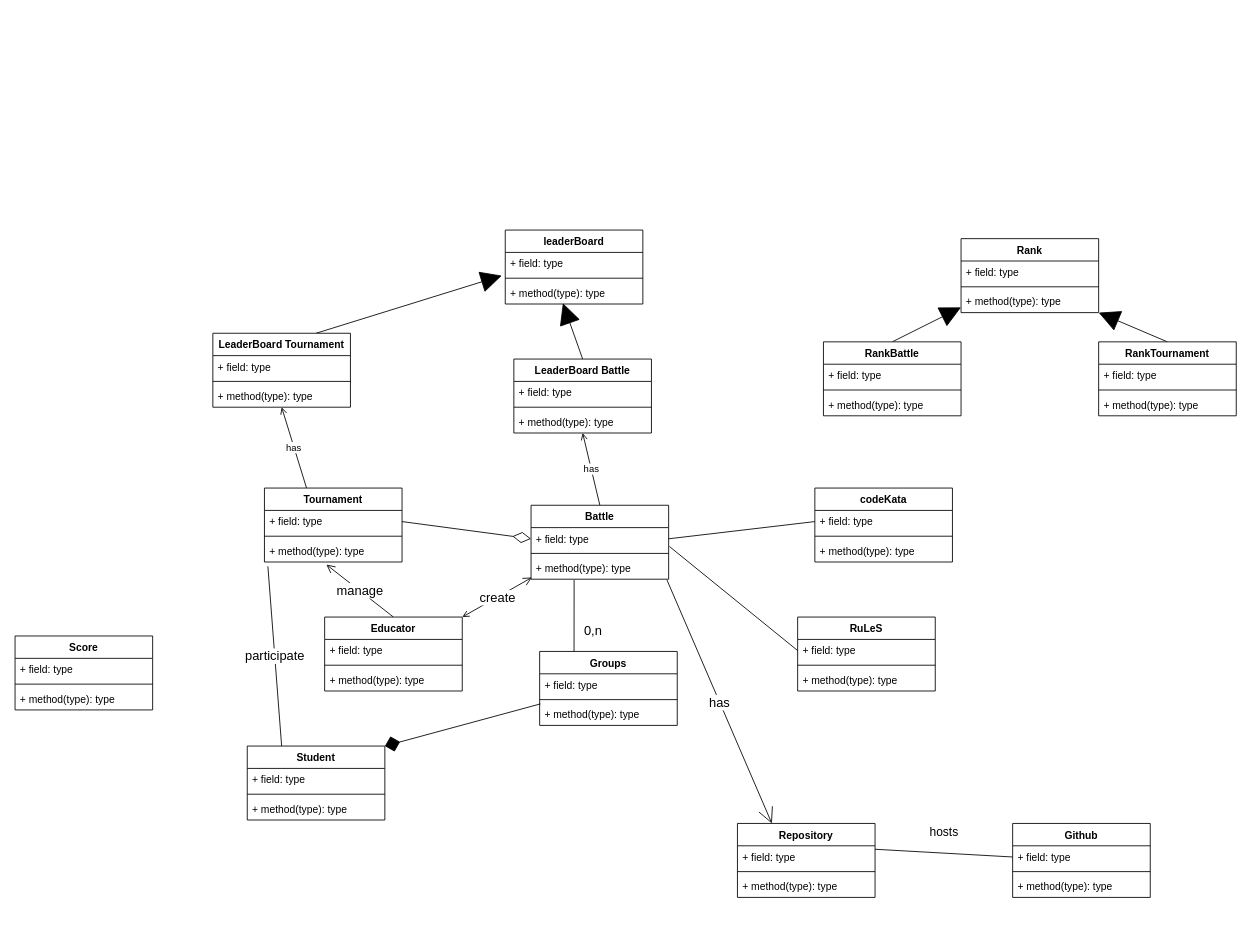
FedericoValentino/SE2-ValentinoZarbo keeps this draw.io diagram as classDiagram/classDiagram.drawio. Above is the earlier version. Source tidied: cells renumbered, new cells numbered last; positions are measured from the earlier drawing's top-left corner, leaving out a move shared by most shapes. Both pictures are drawn from the tidied source at 86%, with x=0, y=0 at pixel (15, 230).
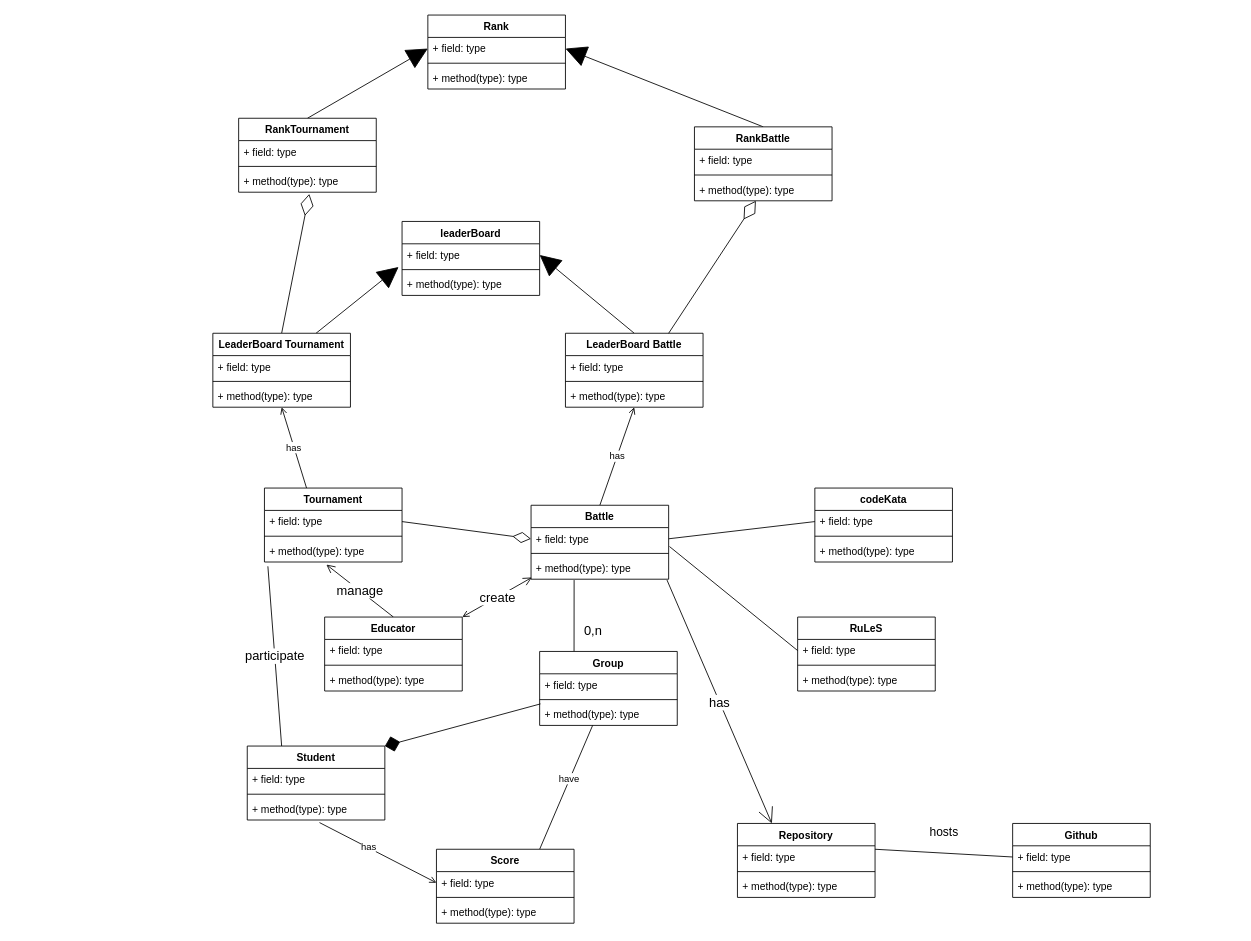
After the change.

Commit message:
Graph end pt1

Unchanged cells that the change refers to:
```xml
<mxCell id="12" value="+ method(type): type" style="text;strokeColor=none;fillColor=none;align=left;verticalAlign=top;spacingLeft=4;spacingRight=4;overflow=hidden;points=[[0,0.5],[1,0.5]];portConstraint=eastwest;" parent="9" vertex="1">
  <mxGeometry y="60" width="160" height="26" as="geometry" />
</mxCell>
<mxCell id="14" value="+ field: type" style="text;strokeColor=none;fillColor=none;align=left;verticalAlign=top;spacingLeft=4;spacingRight=4;overflow=hidden;points=[[0,0.5],[1,0.5]];portConstraint=eastwest;" parent="13" vertex="1">
  <mxGeometry y="26" width="160" height="26" as="geometry" />
</mxCell>
<mxCell id="16" value="+ method(type): type" style="text;strokeColor=none;fillColor=none;align=left;verticalAlign=top;spacingLeft=4;spacingRight=4;overflow=hidden;points=[[0,0.5],[1,0.5]];portConstraint=eastwest;" parent="13" vertex="1">
  <mxGeometry y="60" width="160" height="26" as="geometry" />
</mxCell>
<mxCell id="21" value="+ method(type): type" style="text;strokeColor=none;fillColor=none;align=left;verticalAlign=top;spacingLeft=4;spacingRight=4;overflow=hidden;points=[[0,0.5],[1,0.5]];portConstraint=eastwest;" parent="18" vertex="1">
  <mxGeometry y="60" width="160" height="26" as="geometry" />
</mxCell>
<mxCell id="26" value="+ method(type): type" style="text;strokeColor=none;fillColor=none;align=left;verticalAlign=top;spacingLeft=4;spacingRight=4;overflow=hidden;points=[[0,0.5],[1,0.5]];portConstraint=eastwest;" parent="23" vertex="1">
  <mxGeometry y="60" width="160" height="26" as="geometry" />
</mxCell>
<mxCell id="56" value="+ field: type" style="text;strokeColor=none;fillColor=none;align=left;verticalAlign=top;spacingLeft=4;spacingRight=4;overflow=hidden;points=[[0,0.5],[1,0.5]];portConstraint=eastwest;" parent="55" vertex="1">
  <mxGeometry y="26" width="160" height="26" as="geometry" />
</mxCell>
<mxCell id="58" value="+ method(type): type" style="text;strokeColor=none;fillColor=none;align=left;verticalAlign=top;spacingLeft=4;spacingRight=4;overflow=hidden;points=[[0,0.5],[1,0.5]];portConstraint=eastwest;" parent="55" vertex="1">
  <mxGeometry y="60" width="160" height="26" as="geometry" />
</mxCell>
<mxCell id="61" value="LeaderBoard Tournament" style="swimlane;fontStyle=1;align=center;verticalAlign=top;horizontal=1;startSize=26;" parent="1" vertex="1">
  <mxGeometry x="230" y="120" width="160" height="86" as="geometry" />
</mxCell>
<mxCell id="76" value="+ field: type" style="text;strokeColor=none;fillColor=none;align=left;verticalAlign=top;spacingLeft=4;spacingRight=4;overflow=hidden;points=[[0,0.5],[1,0.5]];portConstraint=eastwest;" parent="75" vertex="1">
  <mxGeometry y="26" width="160" height="26" as="geometry" />
</mxCell>
```

The edit, as a diff of the source:
```diff
@@
     <mxCell id="13" value="leaderBoard" style="swimlane;fontStyle=1;align=center;verticalAlign=top;horizontal=1;startSize=26;" parent="1" vertex="1">
-      <mxGeometry x="570" width="160" height="86" as="geometry" />
+      <mxGeometry x="450" y="-10" width="160" height="86" as="geometry" />
     </mxCell>
@@
-    <mxCell id="17" style="edgeStyle=none;html=1;exitX=0.5;exitY=0;exitDx=0;exitDy=0;entryX=0;entryY=0.769;entryDx=0;entryDy=0;entryPerimeter=0;strokeWidth=1;startArrow=none;startFill=0;endArrow=block;endFill=1;endSize=22;targetPerimeterSpacing=12;" parent="1" edge="1" source="18" target="58">
+    <mxCell id="17" style="edgeStyle=none;html=1;exitX=0.5;exitY=0;exitDx=0;exitDy=0;entryX=1;entryY=0.5;entryDx=0;entryDy=0;strokeWidth=1;startArrow=none;startFill=0;endArrow=block;endFill=1;endSize=22;targetPerimeterSpacing=12;" parent="1" edge="1" source="18" target="56">
       <mxGeometry relative="1" as="geometry" />
     </mxCell>
     <mxCell id="18" value="RankBattle" style="swimlane;fontStyle=1;align=center;verticalAlign=top;horizontal=1;startSize=26;" parent="1" vertex="1">
-      <mxGeometry x="940" y="130" width="160" height="86" as="geometry" />
+      <mxGeometry x="790" y="-120" width="160" height="86" as="geometry" />
     </mxCell>
@@
-    <mxCell id="22" style="edgeStyle=none;html=1;exitX=0.5;exitY=0;exitDx=0;exitDy=0;entryX=1;entryY=1;entryDx=0;entryDy=0;strokeWidth=1;startArrow=none;startFill=0;endArrow=block;endFill=1;endSize=22;targetPerimeterSpacing=12;" parent="1" edge="1" source="23" target="55">
+    <mxCell id="22" style="edgeStyle=none;html=1;exitX=0.5;exitY=0;exitDx=0;exitDy=0;entryX=0;entryY=0.5;entryDx=0;entryDy=0;strokeWidth=1;startArrow=none;startFill=0;endArrow=block;endFill=1;endSize=22;targetPerimeterSpacing=12;" parent="1" edge="1" source="23" target="56">
       <mxGeometry relative="1" as="geometry" />
     </mxCell>
     <mxCell id="23" value="RankTournament" style="swimlane;fontStyle=1;align=center;verticalAlign=top;horizontal=1;startSize=26;" parent="1" vertex="1">
-      <mxGeometry x="1260" y="130" width="160" height="86" as="geometry" />
+      <mxGeometry x="260" y="-130" width="160" height="86" as="geometry" />
     </mxCell>
@@
+    <mxCell id="82" style="edgeStyle=none;html=1;entryX=0.75;entryY=0;entryDx=0;entryDy=0;endArrow=none;endFill=0;endSize=23;" parent="1" edge="1" source="36" target="75">
+      <mxGeometry relative="1" as="geometry" />
+    </mxCell>
+    <mxCell id="83" value="have" style="edgeLabel;html=1;align=center;verticalAlign=middle;" parent="82" vertex="1">
+      <mxGeometry x="-0.13" y="-2" relative="1" as="geometry" />
+    </mxCell>
-    <mxCell id="36" value="Groups" style="swimlane;fontStyle=1;align=center;verticalAlign=top;horizontal=1;startSize=26;" parent="1" vertex="1">
+    <mxCell id="36" value="Group" style="swimlane;fontStyle=1;align=center;verticalAlign=top;horizontal=1;startSize=26;" parent="1" vertex="1">
       <mxGeometry x="610" y="490" width="160" height="86" as="geometry" />
     </mxCell>
@@
-    <mxCell id="40" style="edgeStyle=none;html=1;exitX=0.5;exitY=0;exitDx=0;exitDy=0;entryX=0.419;entryY=0.962;entryDx=0;entryDy=0;entryPerimeter=0;strokeWidth=1;startArrow=none;startFill=0;endArrow=block;endFill=1;endSize=22;targetPerimeterSpacing=12;" parent="1" edge="1" source="41" target="16">
+    <mxCell id="40" style="edgeStyle=none;html=1;exitX=0.5;exitY=0;exitDx=0;exitDy=0;entryX=1;entryY=0.5;entryDx=0;entryDy=0;strokeWidth=1;startArrow=none;startFill=0;endArrow=block;endFill=1;endSize=22;targetPerimeterSpacing=12;" parent="1" edge="1" source="41" target="14">
       <mxGeometry relative="1" as="geometry" />
     </mxCell>
     <mxCell id="41" value="LeaderBoard Battle" style="swimlane;fontStyle=1;align=center;verticalAlign=top;horizontal=1;startSize=26;" parent="1" vertex="1">
-      <mxGeometry x="580" y="150" width="160" height="86" as="geometry" />
+      <mxGeometry x="640" y="120" width="160" height="86" as="geometry" />
     </mxCell>
@@
     <mxCell id="55" value="Rank" style="swimlane;fontStyle=1;align=center;verticalAlign=top;horizontal=1;startSize=26;" parent="1" vertex="1">
-      <mxGeometry x="1100" y="10" width="160" height="86" as="geometry" />
+      <mxGeometry x="480" y="-250" width="160" height="86" as="geometry" />
     </mxCell>
@@
+    <mxCell id="84" style="edgeStyle=none;html=1;exitX=0.5;exitY=0;exitDx=0;exitDy=0;entryX=0.513;entryY=1.077;entryDx=0;entryDy=0;entryPerimeter=0;endArrow=diamondThin;endFill=0;endSize=23;" parent="1" edge="1" source="61" target="26">
+      <mxGeometry relative="1" as="geometry" />
+    </mxCell>
@@
     <mxCell id="75" value="Score" style="swimlane;fontStyle=1;align=center;verticalAlign=top;horizontal=1;startSize=26;" parent="1" vertex="1">
-      <mxGeometry y="472" width="160" height="86" as="geometry" />
+      <mxGeometry x="490" y="720" width="160" height="86" as="geometry" />
     </mxCell>
@@
+    <mxCell id="85" style="edgeStyle=none;html=1;exitX=0.525;exitY=1.115;exitDx=0;exitDy=0;entryX=0;entryY=0.5;entryDx=0;entryDy=0;endArrow=open;endFill=0;exitPerimeter=0;" parent="1" edge="1" source="12" target="76">
+      <mxGeometry relative="1" as="geometry" />
+    </mxCell>
+    <mxCell id="86" value="has" style="edgeLabel;html=1;align=center;verticalAlign=middle;" parent="85" vertex="1">
+      <mxGeometry x="-0.17" y="1" relative="1" as="geometry" />
+    </mxCell>
+    <mxCell id="87" style="edgeStyle=none;html=1;exitX=0.75;exitY=0;exitDx=0;exitDy=0;endArrow=diamondThin;endFill=0;endSize=23;" parent="1" edge="1" source="41" target="21">
+      <mxGeometry relative="1" as="geometry" />
+    </mxCell>
```
